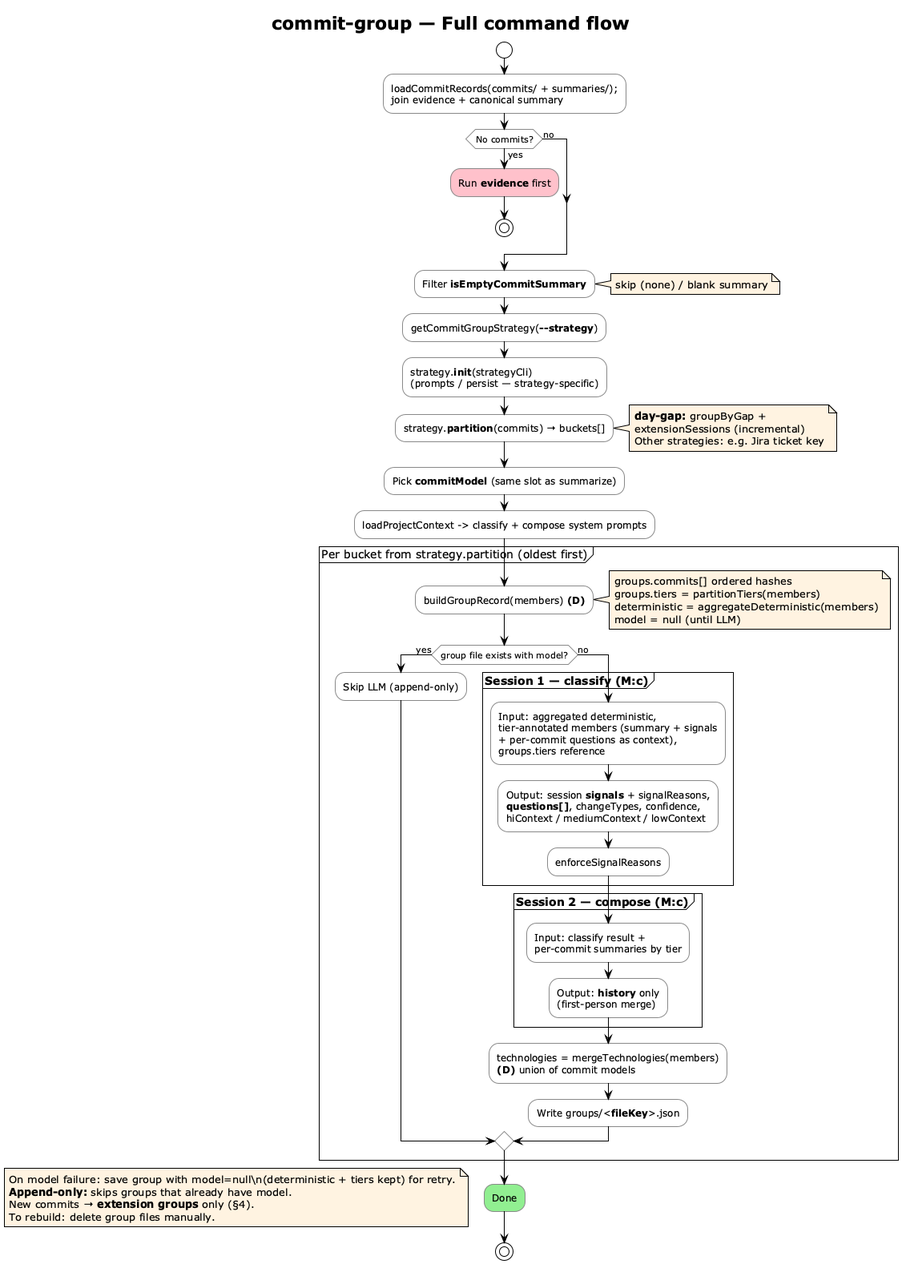
vzakharchenko/dev-workgraph keeps this PlantUML diagram as img/commit-group-command.png. Above is the earlier version.
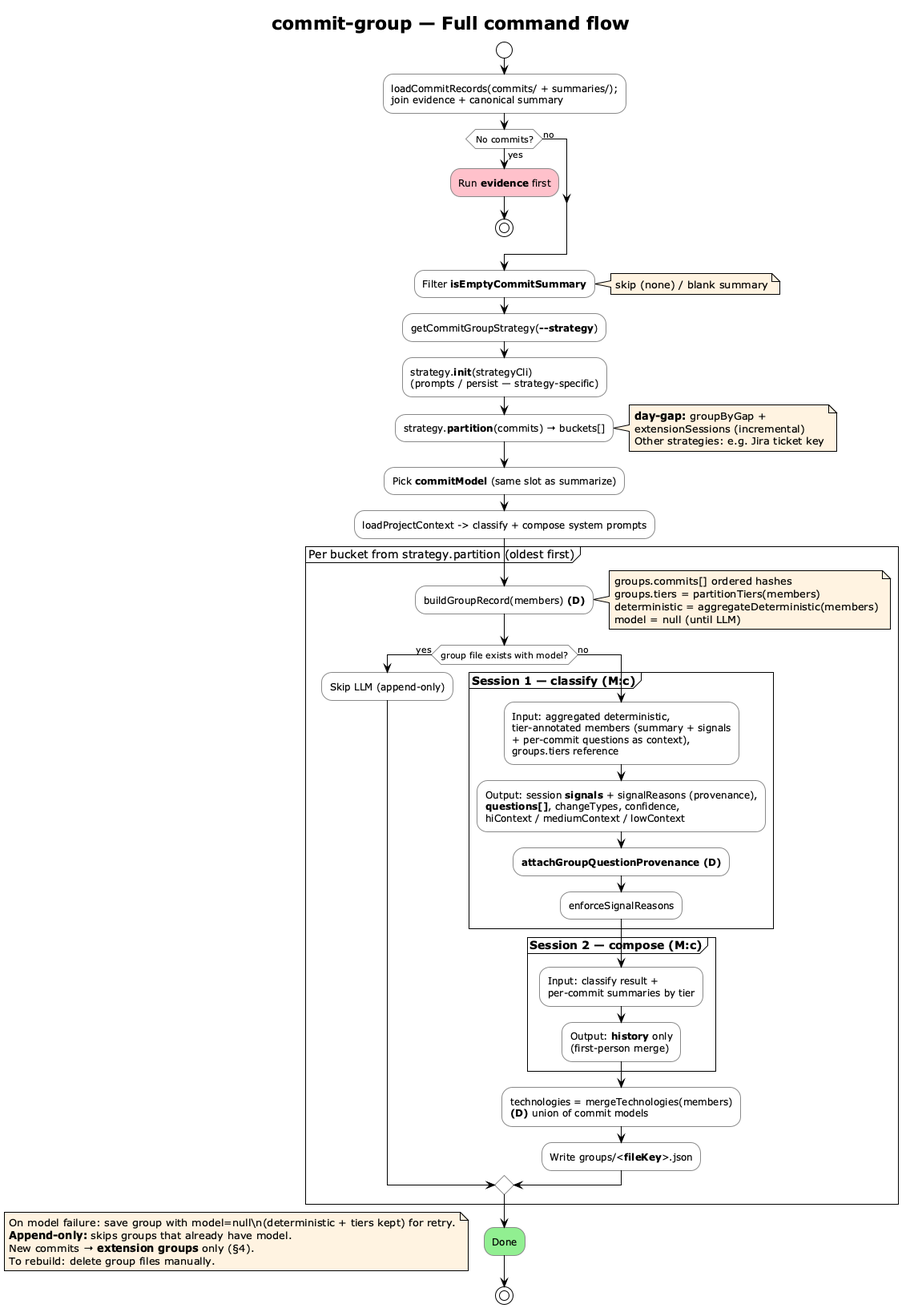
After the change.

What changed in the source:
```diff
@@ -46,7 +46,8 @@
   else (no)
     partition "**Session 1 — classify (M:c)**" {
       :Input: aggregated deterministic,\ntier-annotated members (summary + signals\n+ per-commit questions as context),\ngroups.tiers reference;
-      :Output: session **signals** + signalReasons,\n**questions[]**, changeTypes, confidence,\nhiContext / mediumContext / lowContext;
+      :Output: session **signals** + signalReasons (provenance),\n**questions[]**, changeTypes, confidence,\nhiContext / mediumContext / lowContext;
+      :**attachGroupQuestionProvenance (D)**;
       :enforceSignalReasons;
     }
 
```
